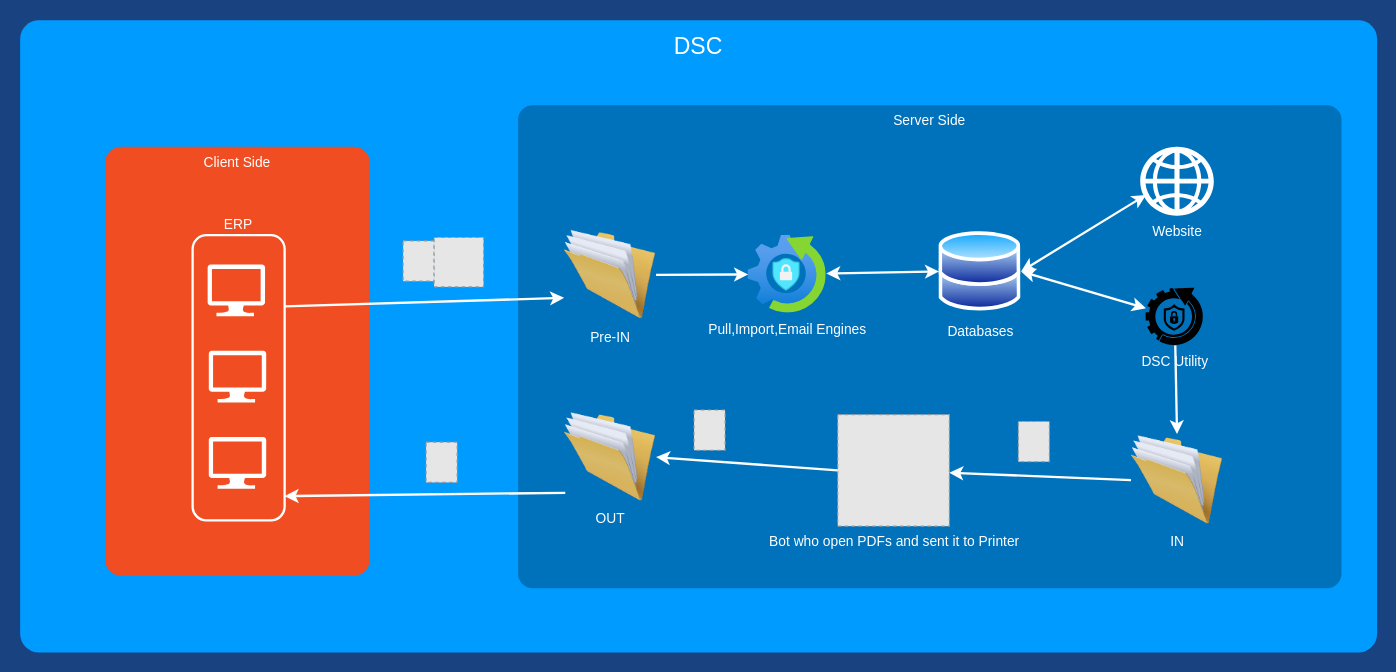
Before: JCB.drawio in superavesh/Diagrams, a draw.io diagram. Source tidied: cells renumbered, new cells numbered last; positions are measured from the earlier drawing's top-left corner, leaving out a move shared by most shapes. Both pictures are drawn from the tidied source at 115%, with x=0, y=0 at pixel (20, 20). Pictures stored in the file or linked from it are replaced by grey dashed boxes.
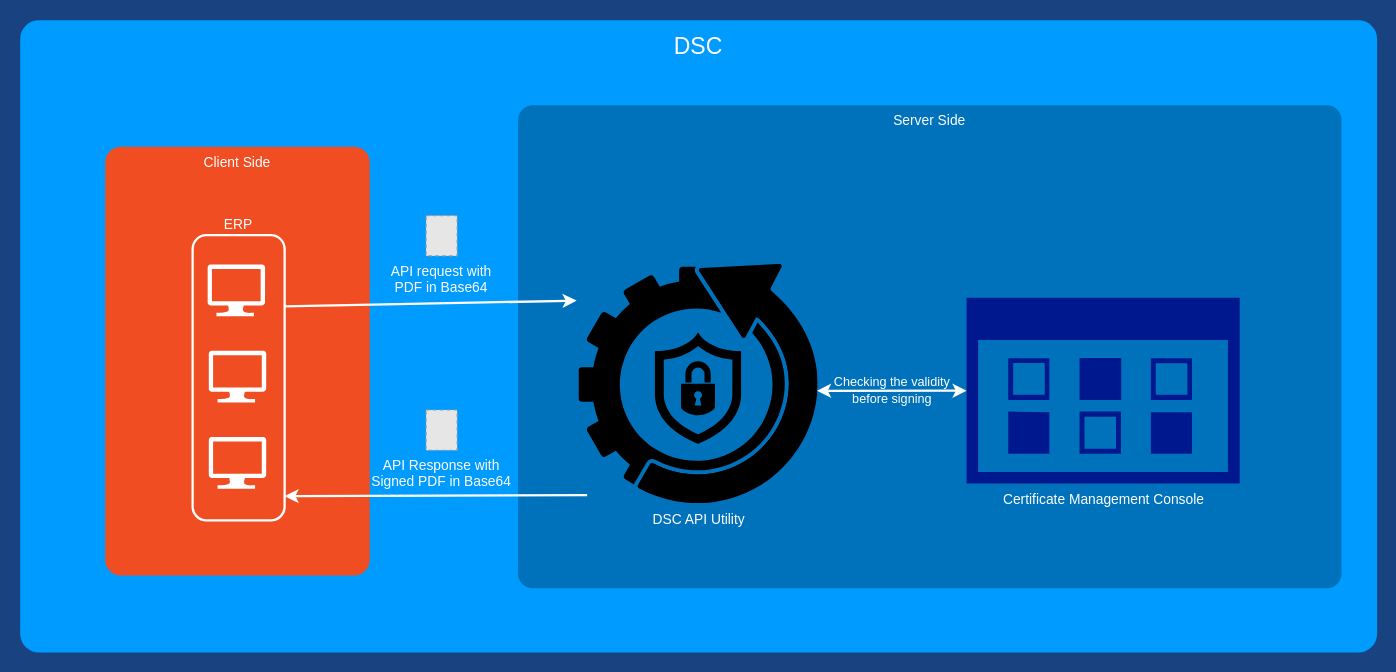
The same page after the edit.

Unchanged cells that the change refers to:
```xml
<mxCell id="5" value="ERP" style="rounded=1;whiteSpace=wrap;html=1;shadow=0;strokeWidth=2;fillColor=none;fontSize=12;fontColor=#ffffff;align=center;strokeColor=#FFFFFF;labelPosition=center;verticalLabelPosition=top;verticalAlign=bottom;" parent="1" vertex="1">
  <mxGeometry x="150" y="187" width="80" height="248" as="geometry" />
</mxCell>
```

Diff of the diagram source:
```diff
@@
-    <mxCell id="7" value="Website" style="shadow=0;dashed=0;html=1;strokeColor=none;shape=mxgraph.mscae.enterprise.web;fillColor=#FFFFFF;rounded=1;fontSize=12;fontColor=#FFFFFF;align=center;verticalAlign=top;labelPosition=center;verticalLabelPosition=bottom;" parent="1" vertex="1">
-      <mxGeometry x="974" y="110" width="64" height="60" as="geometry" />
-    </mxCell>
-    <mxCell id="8" value="Pre-IN" style="image;html=1;image=img/lib/clip_art/general/Full_Folder_128x128.png;labelBackgroundColor=none;fontColor=#ffffff;" parent="1" vertex="1">
-      <mxGeometry x="473" y="181.5" width="80" height="80" as="geometry" />
-    </mxCell>
-    <mxCell id="9" value="OUT" style="image;html=1;image=img/lib/clip_art/general/Full_Folder_128x128.png;labelBackgroundColor=none;fontColor=#ffffff;" parent="1" vertex="1">
-      <mxGeometry x="473" y="340" width="80" height="80" as="geometry" />
-    </mxCell>
-    <mxCell id="10" style="fillColor=#E6E6E6;strokeColor=#999999;dashed=1;verticalLabelPosition=bottom;labelBackgroundColor=#ffffff;verticalAlign=top;" parent="1" vertex="1">
-      <mxGeometry x="333" y="192" width="27" height="35" as="geometry" />
+    <mxCell id="10" value="API request with &#10;PDF in Base64" style="fillColor=#E6E6E6;strokeColor=#999999;dashed=1;verticalLabelPosition=bottom;labelBackgroundColor=none;verticalAlign=top;fontColor=#ffffff;" parent="1" vertex="1">
+      <mxGeometry x="353" y="170" width="27" height="35" as="geometry" />
     </mxCell>
-    <mxCell id="11" style="fillColor=#E6E6E6;strokeColor=#999999;dashed=1;html=1;verticalAlign=top;verticalLabelPosition=bottom;labelBackgroundColor=#ffffff;" parent="1" vertex="1">
-      <mxGeometry x="360" y="189" width="43" height="43" as="geometry" />
-    </mxCell>
-    <mxCell id="12" style="endArrow=classic;html=1;rounded=0;fontColor=#ffffff;strokeColor=#ffffff;exitX=1;exitY=0.25;exitDx=0;exitDy=0;entryX=0;entryY=0.75;entryDx=0;entryDy=0;strokeWidth=2;" parent="1" edge="1" source="5" target="8">
+    <mxCell id="12" style="endArrow=classic;html=1;rounded=0;fontColor=#ffffff;strokeColor=#ffffff;exitX=1;exitY=0.25;exitDx=0;exitDy=0;strokeWidth=2;entryX=-0.01;entryY=0.151;entryDx=0;entryDy=0;entryPerimeter=0;" parent="1" edge="1" source="5" target="15">
       <mxGeometry relative="1" as="geometry" />
     </mxCell>
-    <mxCell id="13" value="Pull,Import,Email Engines" style="image;html=1;points=[];align=center;fontSize=12;image=img/lib/azure2/iot/Windows10_Core_Services.svg;fontColor=#ffffff;labelBackgroundColor=none;" parent="1" vertex="1">
-      <mxGeometry x="633" y="187" width="68" height="68" as="geometry" />
-    </mxCell>
-    <mxCell id="14" value="Databases" style="image;perimeter=ellipsePerimeter;html=1;align=center;shadow=0;dashed=0;spacingTop=3;image=img/lib/active_directory/databases.svg;labelBackgroundColor=none;fontColor=#ffffff;" parent="1" vertex="1">
-      <mxGeometry x="799" y="183.5" width="71.4" height="70" as="geometry" />
-    </mxCell>
-    <mxCell id="15" value="DSC Utility" style="image;html=1;points=[];align=center;fontSize=12;image=img/lib/mscae/Windows_10_IoT_Core_Services.svg;labelBackgroundColor=none;fontColor=#ffffff;imageBackground=none;fillStyle=zigzag-line;imageBorder=none;" parent="1" vertex="1">
-      <mxGeometry x="979" y="233" width="50" height="50" as="geometry" />
+    <mxCell id="15" value="DSC API Utility" style="image;html=1;points=[];align=center;fontSize=12;image=img/lib/mscae/Windows_10_IoT_Core_Services.svg;labelBackgroundColor=none;fontColor=#ffffff;imageBackground=none;fillStyle=zigzag-line;imageBorder=none;" parent="1" vertex="1">
+      <mxGeometry x="486" y="212.5" width="208" height="208" as="geometry" />
     </mxCell>
-    <mxCell id="16" value="IN" style="image;html=1;image=img/lib/clip_art/general/Full_Folder_128x128.png;labelBackgroundColor=none;fontColor=#ffffff;" parent="1" vertex="1">
-      <mxGeometry x="966" y="360" width="80" height="80" as="geometry" />
-    </mxCell>
-    <mxCell id="17" value="Bot who open PDFs and sent it to Printer" style="fillColor=#E6E6E6;strokeColor=#999999;dashed=1;html=1;verticalAlign=top;verticalLabelPosition=bottom;labelBackgroundColor=none;fontColor=#ffffff;" parent="1" vertex="1">
-      <mxGeometry x="711" y="343" width="97" height="97" as="geometry" />
-    </mxCell>
-    <mxCell id="18" style="endArrow=classic;html=1;rounded=0;fontColor=#ffffff;strokeColor=#ffffff;exitX=1;exitY=0.5;exitDx=0;exitDy=0;strokeWidth=2;" parent="1" edge="1" source="8" target="13">
-      <mxGeometry relative="1" as="geometry" />
-    </mxCell>
-    <mxCell id="19" style="endArrow=classic;startArrow=classic;html=1;rounded=0;entryX=0;entryY=0.5;entryDx=0;entryDy=0;strokeColor=#ffffff;strokeWidth=2;" parent="1" edge="1" source="13" target="14">
-      <mxGeometry relative="1" as="geometry" />
-    </mxCell>
-    <mxCell id="20" style="endArrow=classic;startArrow=classic;html=1;rounded=0;strokeColor=#ffffff;strokeWidth=2;exitX=1;exitY=0.5;exitDx=0;exitDy=0;" parent="1" edge="1" source="14" target="15">
-      <mxGeometry relative="1" as="geometry" />
-    </mxCell>
-    <mxCell id="21" style="endArrow=classic;startArrow=classic;html=1;rounded=0;entryX=0.078;entryY=0.7;entryDx=0;entryDy=0;strokeColor=#ffffff;strokeWidth=2;entryPerimeter=0;exitX=1;exitY=0.5;exitDx=0;exitDy=0;" parent="1" edge="1" source="14" target="7">
-      <mxGeometry relative="1" as="geometry" />
-    </mxCell>
-    <mxCell id="22" style="endArrow=classic;html=1;rounded=0;fontColor=#ffffff;strokeColor=#ffffff;strokeWidth=2;entryX=0.5;entryY=0;entryDx=0;entryDy=0;" parent="1" edge="1" source="15" target="16">
-      <mxGeometry relative="1" as="geometry" />
-    </mxCell>
-    <mxCell id="23" style="endArrow=classic;html=1;rounded=0;fontColor=#ffffff;strokeColor=#ffffff;strokeWidth=2;exitX=0;exitY=0.5;exitDx=0;exitDy=0;" parent="1" edge="1" source="16" target="17">
-      <mxGeometry relative="1" as="geometry" />
-    </mxCell>
-    <mxCell id="24" style="endArrow=classic;html=1;rounded=0;fontColor=#ffffff;strokeColor=#ffffff;strokeWidth=2;exitX=0;exitY=0.5;exitDx=0;exitDy=0;entryX=1;entryY=0.5;entryDx=0;entryDy=0;" parent="1" edge="1" source="17" target="9">
-      <mxGeometry relative="1" as="geometry" />
-    </mxCell>
-    <mxCell id="25" style="fillColor=#E6E6E6;strokeColor=#999999;dashed=1;verticalLabelPosition=bottom;labelBackgroundColor=#ffffff;verticalAlign=top;" parent="1" vertex="1">
-      <mxGeometry x="586" y="339" width="27" height="35" as="geometry" />
-    </mxCell>
-    <mxCell id="26" style="fillColor=#E6E6E6;strokeColor=#999999;dashed=1;verticalLabelPosition=bottom;labelBackgroundColor=#ffffff;verticalAlign=top;" parent="1" vertex="1">
-      <mxGeometry x="868" y="349" width="27" height="35" as="geometry" />
-    </mxCell>
-    <mxCell id="27" style="fillColor=#E6E6E6;strokeColor=#999999;dashed=1;verticalLabelPosition=bottom;labelBackgroundColor=#ffffff;verticalAlign=top;" parent="1" vertex="1">
-      <mxGeometry x="353" y="367" width="27" height="35" as="geometry" />
+    <mxCell id="27" value="API Response with&#10;Signed PDF in Base64" style="fillColor=#E6E6E6;strokeColor=#999999;dashed=1;verticalLabelPosition=bottom;labelBackgroundColor=none;verticalAlign=top;fontColor=#ffffff;" parent="1" vertex="1">
+      <mxGeometry x="353" y="339" width="27" height="35" as="geometry" />
     </mxCell>
-    <mxCell id="28" style="endArrow=classic;html=1;rounded=0;fontColor=#ffffff;strokeColor=#ffffff;entryX=1;entryY=0.915;entryDx=0;entryDy=0;strokeWidth=2;entryPerimeter=0;exitX=0.013;exitY=0.888;exitDx=0;exitDy=0;exitPerimeter=0;" parent="1" edge="1" source="9" target="5">
+    <mxCell id="28" style="endArrow=classic;html=1;rounded=0;fontColor=#ffffff;strokeColor=#ffffff;entryX=1;entryY=0.915;entryDx=0;entryDy=0;strokeWidth=2;entryPerimeter=0;exitX=0.034;exitY=0.964;exitDx=0;exitDy=0;exitPerimeter=0;" parent="1" edge="1" source="15" target="5">
       <mxGeometry relative="1" as="geometry" />
     </mxCell>
@@
+    <mxCell id="31" value="Certificate Management Console" style="sketch=0;shadow=0;dashed=0;html=1;strokeColor=none;labelPosition=center;verticalLabelPosition=bottom;verticalAlign=top;align=center;fillColor=#00188D;shape=mxgraph.mscae.enterprise.management_console;fontColor=#ffffff;" parent="1" vertex="1">
+      <mxGeometry x="823" y="241.5" width="237.5" height="161.5" as="geometry" />
+    </mxCell>
+    <mxCell id="32" value="Checking the validity&lt;br&gt;before signing" style="endArrow=classic;startArrow=classic;html=1;rounded=0;strokeColor=#ffffff;strokeWidth=2;entryX=0;entryY=0.5;entryDx=0;entryDy=0;entryPerimeter=0;exitX=0.995;exitY=0.528;exitDx=0;exitDy=0;exitPerimeter=0;labelBackgroundColor=none;fontColor=#ffffff;" parent="1" edge="1" source="15" target="31">
+      <mxGeometry relative="1" as="geometry" />
+    </mxCell>
```
